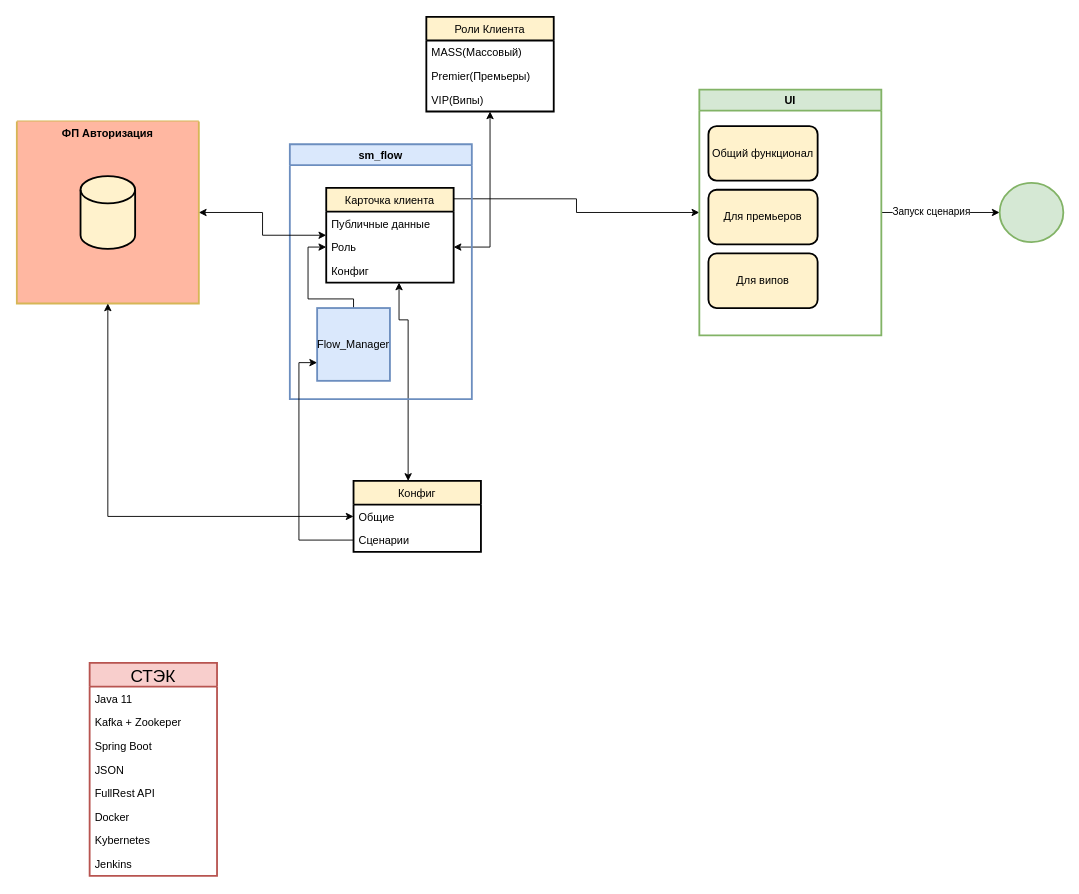
Before: page "Фронт система" (1 of 2) of Block_Schema.drawio in BoreBoreDoria/DevHack, a draw.io diagram. Source tidied: cells renumbered, new cells numbered last; positions are measured from the earlier drawing's top-left corner, leaving out a move shared by most shapes. Both pictures are drawn from the tidied source at 91%, with x=0, y=0 at pixel (16, 16).
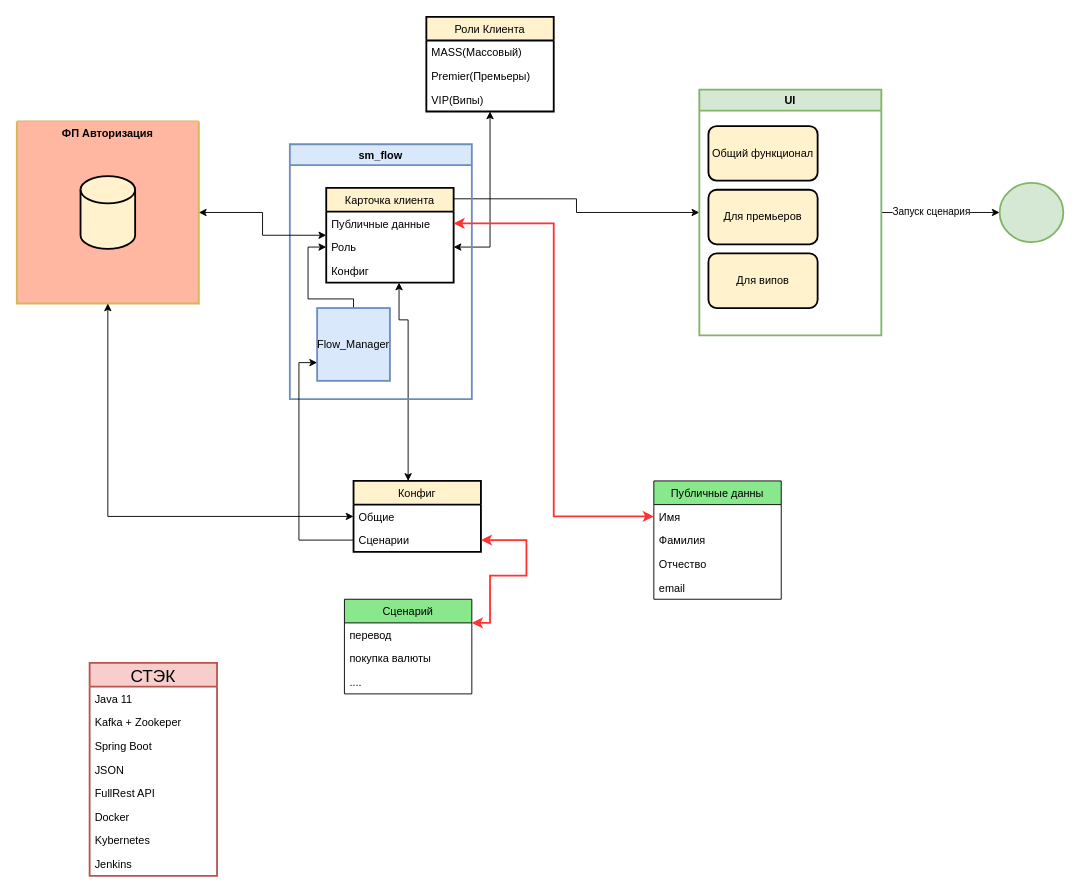
After the change.

Unchanged cells that the change refers to:
```xml
<mxCell id="19" value="Сценарии" style="text;strokeColor=none;fillColor=none;align=left;verticalAlign=top;spacingLeft=4;spacingRight=4;overflow=hidden;points=[[0,0.5],[1,0.5]];portConstraint=eastwest;" parent="17" vertex="1">
  <mxGeometry y="52" width="140" height="26" as="geometry" />
</mxCell>
<mxCell id="22" value="Публичные данные" style="text;strokeColor=none;fillColor=none;align=left;verticalAlign=top;spacingLeft=4;spacingRight=4;overflow=hidden;points=[[0,0.5],[1,0.5]];portConstraint=eastwest;" parent="21" vertex="1">
  <mxGeometry y="26" width="140" height="26" as="geometry" />
</mxCell>
```

Change to the diagram source:
```diff
@@
+    <mxCell id="40" value="Публичные данны" style="swimlane;fontStyle=0;horizontal=1;startSize=26;fillColor=#89E88C;" parent="1" vertex="1">
+      <mxGeometry x="700" y="510" width="140" height="130" as="geometry" />
+    </mxCell>
+    <mxCell id="41" value="Имя" style="text;strokeColor=none;fillColor=none;align=left;verticalAlign=top;spacingLeft=4;spacingRight=4;overflow=hidden;points=[[0,0.5],[1,0.5]];portConstraint=eastwest;" parent="40" vertex="1">
+      <mxGeometry y="26" width="140" height="26" as="geometry" />
+    </mxCell>
+    <mxCell id="42" value="Фамилия" style="text;strokeColor=none;fillColor=none;align=left;verticalAlign=top;spacingLeft=4;spacingRight=4;overflow=hidden;" parent="40" vertex="1">
+      <mxGeometry y="52" width="140" height="26" as="geometry" />
+    </mxCell>
+    <mxCell id="43" value="Отчество" style="text;strokeColor=none;fillColor=none;align=left;verticalAlign=top;spacingLeft=4;spacingRight=4;overflow=hidden;" parent="40" vertex="1">
+      <mxGeometry y="78" width="140" height="26" as="geometry" />
+    </mxCell>
+    <mxCell id="44" value="email" style="text;strokeColor=none;fillColor=none;align=left;verticalAlign=top;spacingLeft=4;spacingRight=4;overflow=hidden;" parent="40" vertex="1">
+      <mxGeometry y="104" width="140" height="26" as="geometry" />
+    </mxCell>
+    <mxCell id="45" style="edgeStyle=orthogonalEdgeStyle;rounded=0;jumpSize=12;jettySize=auto;html=1;entryX=0;entryY=0.5;entryDx=0;entryDy=0;startArrow=classic;startFill=1;strokeColor=#FF3333;strokeWidth=2;" parent="1" edge="1" source="22" target="41">
+      <mxGeometry relative="1" as="geometry" />
+    </mxCell>
+    <mxCell id="46" value="Сценарий" style="swimlane;fontStyle=0;horizontal=1;startSize=26;fillColor=#89E88C;" parent="1" vertex="1">
+      <mxGeometry x="360" y="640" width="140" height="104" as="geometry" />
+    </mxCell>
+    <mxCell id="47" value="перевод" style="text;strokeColor=none;fillColor=none;align=left;verticalAlign=top;spacingLeft=4;spacingRight=4;overflow=hidden;" parent="46" vertex="1">
+      <mxGeometry y="26" width="140" height="26" as="geometry" />
+    </mxCell>
+    <mxCell id="48" value="покупка валюты" style="text;strokeColor=none;fillColor=none;align=left;verticalAlign=top;spacingLeft=4;spacingRight=4;overflow=hidden;" parent="46" vertex="1">
+      <mxGeometry y="52" width="140" height="26" as="geometry" />
+    </mxCell>
+    <mxCell id="49" value="....&#10;" style="text;strokeColor=none;fillColor=none;align=left;verticalAlign=top;spacingLeft=4;spacingRight=4;overflow=hidden;" parent="46" vertex="1">
+      <mxGeometry y="78" width="140" height="26" as="geometry" />
+    </mxCell>
+    <mxCell id="50" style="edgeStyle=orthogonalEdgeStyle;rounded=0;jumpSize=12;jettySize=auto;html=1;entryX=1;entryY=0.25;entryDx=0;entryDy=0;startArrow=classic;startFill=1;strokeColor=#FF3333;strokeWidth=2;" parent="1" edge="1" source="19" target="46">
+      <mxGeometry relative="1" as="geometry">
+        <Array as="points">
+          <mxPoint x="560" y="575" />
+          <mxPoint x="560" y="614" />
+          <mxPoint x="520" y="614" />
+          <mxPoint x="520" y="666" />
+        </Array>
+      </mxGeometry>
+    </mxCell>
```
